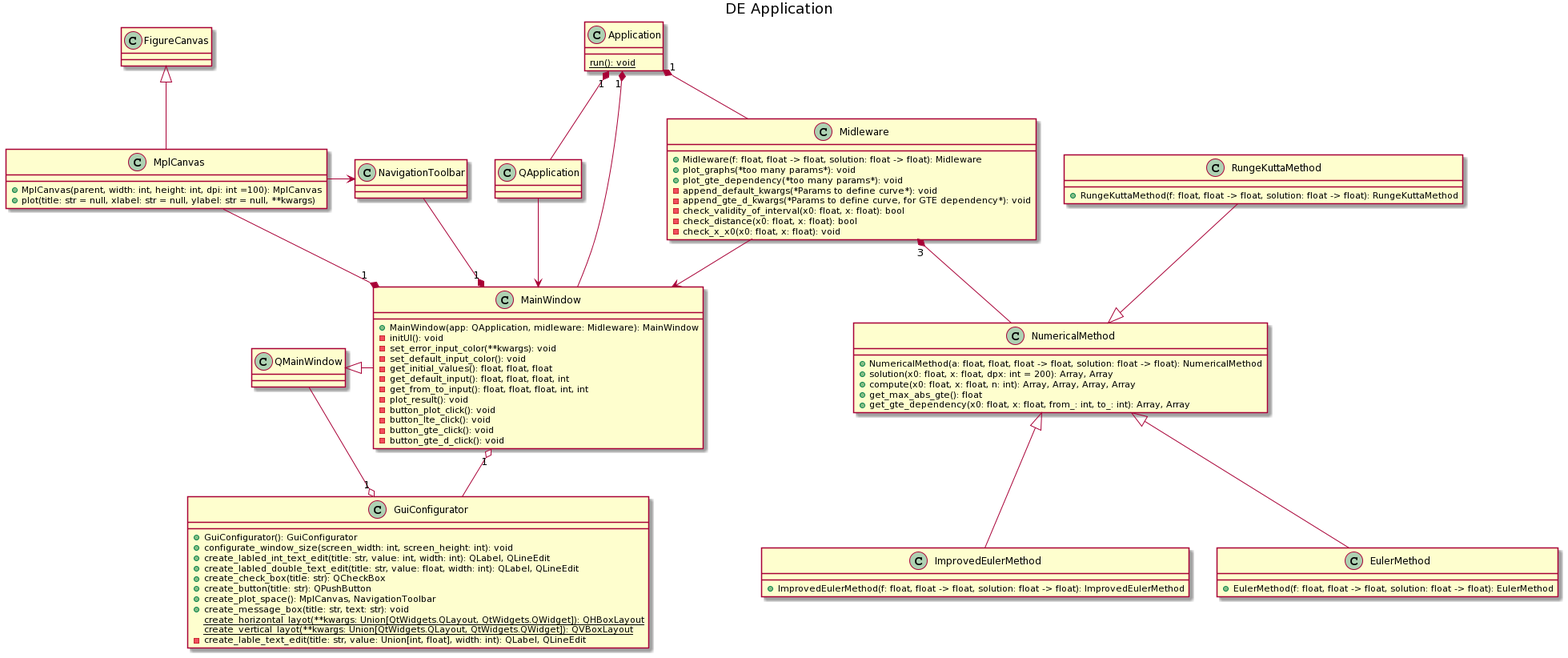
Earlier version of the PlantUML export uml.png (someilay/DE_practicum). Its diagram source:
```plantuml
@startuml
title DE Application


class NumericalMethod {
  +NumericalMethod(a: float, float, float -> float, solution: float -> float): NumericalMethod
  +solution(x0: float, x: float, dpx: int = 200): Array, Array
  +compute(x0: float, x: float, n: int): Array, Array, Array, Array
  +get_max_abs_gte(): float
  +get_gte_dependency(x0: float, x: float, from_: int, to_: int): Array, Array
}


class EulerMethod {
    +EulerMethod(f: float, float -> float, solution: float -> float): EulerMethod
}


class ImprovedEulerMethod {
    +ImprovedEulerMethod(f: float, float -> float, solution: float -> float): ImprovedEulerMethod
}


class RungeKuttaMethod {
    +RungeKuttaMethod(f: float, float -> float, solution: float -> float): RungeKuttaMethod
}


class QMainWindow
class QApplication
class FigureCanvas
class NavigationToolbar


class MainWindow {
  +MainWindow(app: QApplication, midleware: Midleware): MainWindow
  -initUI(): void
  -set_error_input_color(**kwargs): void
  -set_default_input_color(): void
  -get_initial_values(): float, float, float
  -get_default_input(): float, float, float, int
  -get_from_to_input(): float, float, float, int, int
  -plot_result(): void
  -button_plot_click(): void
  -button_lte_click(): void
  -button_gte_click(): void
  -button_gte_d_click(): void
}


class Midleware {
  +Midleware(f: float, float -> float, solution: float -> float): Midleware
  +plot_graphs(*too many params*): void
  +plot_gte_dependency(*too many params*): void
  -append_default_kwargs(*Params to define curve*): void
  -append_gte_d_kwargs(*Params to define curve, for GTE dependency*): void
  -check_validity_of_interval(x0: float, x: float): bool
  -check_distance(x0: float, x: float): bool
  -check_x_x0(x0: float, x: float): void
}


class MplCanvas {
  +MplCanvas(parent, width: int, height: int, dpi: int =100): MplCanvas
  +plot(title: str = null, xlabel: str = null, ylabel: str = null, **kwargs)
}


class GuiConfigurator {
  +GuiConfigurator(): GuiConfigurator
  +configurate_window_size(screen_width: int, screen_height: int): void
  +create_labled_int_text_edit(title: str, value: int, width: int): QLabel, QLineEdit
  +create_labled_double_text_edit(title: str, value: float, width: int): QLabel, QLineEdit
  +create_check_box(title: str): QCheckBox
  +create_button(title: str): QPushButton
  +create_plot_space(): MplCanvas, NavigationToolbar
  +create_message_box(title: str, text: str): void
  {static} create_horizontal_layot(**kwargs: Union[QtWidgets.QLayout, QtWidgets.QWidget]): QHBoxLayout
  {static} create_vertical_layot(**kwargs: Union[QtWidgets.QLayout, QtWidgets.QWidget]): QVBoxLayout
  -create_lable_text_edit(title: str, value: Union[int, float], width: int): QLabel, QLineEdit
}


class Application {
  {static} run(): void
}


NumericalMethod <|-down- EulerMethod
NumericalMethod <|-down- ImprovedEulerMethod
NumericalMethod <|-up- RungeKuttaMethod
FigureCanvas <|-down- MplCanvas
QMainWindow <|-right- MainWindow
MainWindow <-up- Midleware
MainWindow "1" *-up- MplCanvas
MainWindow "1" *-up- NavigationToolbar
MainWindow <-up- QApplication
MainWindow "1" o-down- GuiConfigurator
GuiConfigurator "1" o-left- QMainWindow
Midleware "3" *-down- NumericalMethod
Application "1" *-down- Midleware
Application "1" *-down- MainWindow
Application "1" *-down- QApplication
NavigationToolbar <-right- MplCanvas
@enduml
```
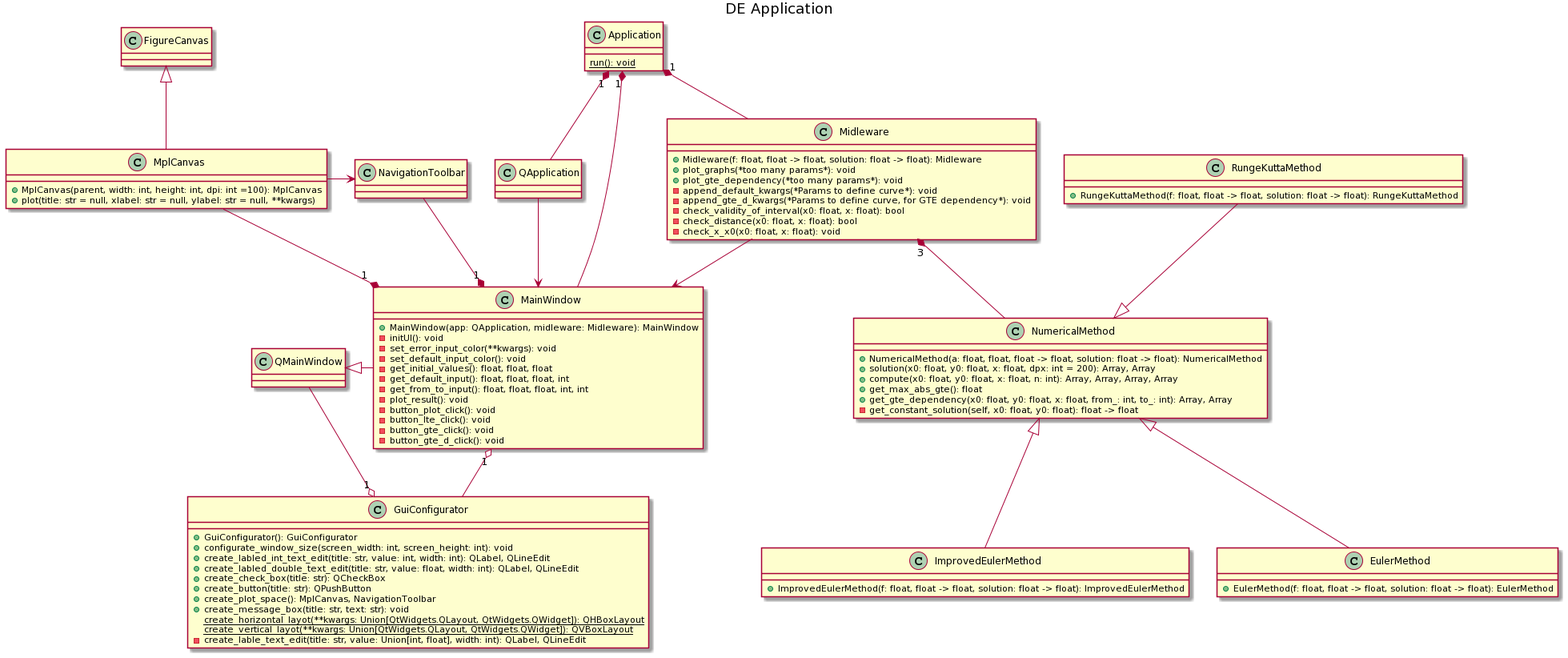
After the commit.

Commit message:
Exact solution now is flexible

Diff of the diagram source:
```diff
@@ -4,10 +4,11 @@
 
 class NumericalMethod {
   +NumericalMethod(a: float, float, float -> float, solution: float -> float): NumericalMethod
-  +solution(x0: float, x: float, dpx: int = 200): Array, Array
-  +compute(x0: float, x: float, n: int): Array, Array, Array, Array
+  +solution(x0: float, y0: float, x: float, dpx: int = 200): Array, Array
+  +compute(x0: float, y0: float, x: float, n: int): Array, Array, Array, Array
   +get_max_abs_gte(): float
-  +get_gte_dependency(x0: float, x: float, from_: int, to_: int): Array, Array
+  +get_gte_dependency(x0: float, y0: float, x: float, from_: int, to_: int): Array, Array
+  -get_constant_solution(self, x0: float, y0: float): float -> float
 }
 
 
```
